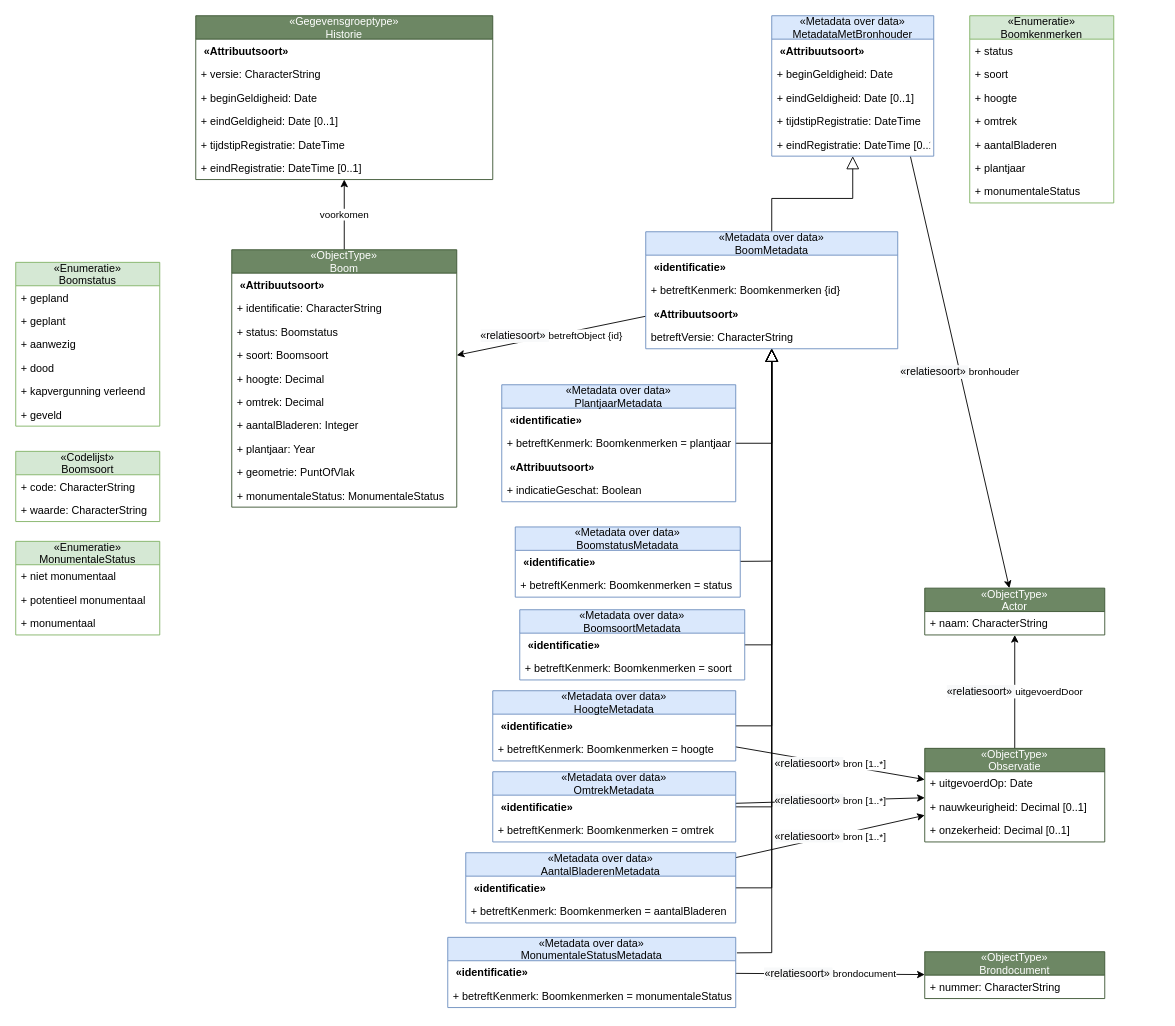
Before: page "uitwerking C" (4 of 8) of casus/imboom/media/imboom.drawio in Geonovum/disgeo-imsor, a draw.io diagram. Source tidied: cells renumbered, new cells numbered last; positions are measured from the earlier drawing's top-left corner, leaving out a move shared by most shapes. Both pictures are drawn from the tidied source at 90%, with x=0, y=0 at pixel (15, 15).
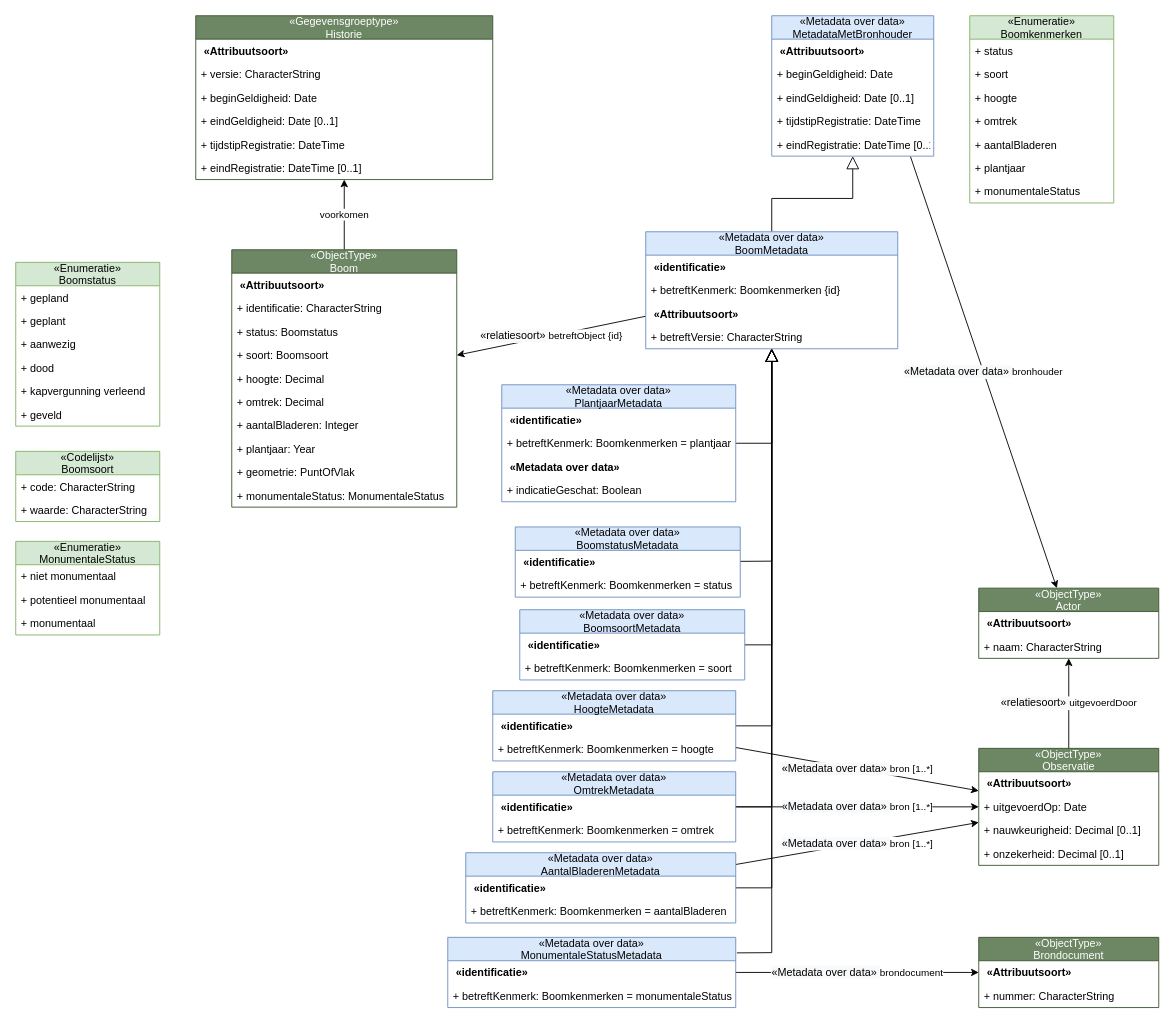
Above is the later version.

Unchanged cells that the change refers to:
```xml
<mxCell id="46" value="«Metadata over data»&#10;HoogteMetadata" style="swimlane;fontStyle=0;horizontal=1;startSize=26;fillColor=#dae8fc;strokeColor=#6c8ebf;" parent="1" vertex="1">
  <mxGeometry x="530" y="750" width="270" height="78" as="geometry" />
</mxCell>
<mxCell id="51" value="«Metadata over data»&#10;MonumentaleStatusMetadata" style="swimlane;fontStyle=0;horizontal=1;startSize=26;fillColor=#dae8fc;strokeColor=#6c8ebf;" parent="1" vertex="1">
  <mxGeometry x="480" y="1024" width="320" height="78" as="geometry" />
</mxCell>
<mxCell id="55" value="«Metadata over data»&#10;PlantjaarMetadata" style="swimlane;fontStyle=0;horizontal=1;startSize=26;fillColor=#dae8fc;strokeColor=#6c8ebf;" parent="1" vertex="1">
  <mxGeometry x="540" y="410" width="260" height="130" as="geometry" />
</mxCell>
<mxCell id="62" value="«Metadata over data»&#10;OmtrekMetadata" style="swimlane;fontStyle=0;horizontal=1;startSize=26;fillColor=#dae8fc;strokeColor=#6c8ebf;" parent="1" vertex="1">
  <mxGeometry x="530" y="840" width="270" height="78" as="geometry" />
</mxCell>
<mxCell id="67" value="«Metadata over data»&#10;AantalBladerenMetadata" style="swimlane;fontStyle=0;horizontal=1;startSize=26;fillColor=#dae8fc;strokeColor=#6c8ebf;" parent="1" vertex="1">
  <mxGeometry x="500" y="930" width="300" height="78" as="geometry" />
</mxCell>
<mxCell id="81" value="«Metadata over data»&#10;BoomMetadata" style="swimlane;fontStyle=0;horizontal=1;startSize=26;fillColor=#dae8fc;strokeColor=#6c8ebf;" parent="1" vertex="1">
  <mxGeometry x="700" y="240" width="280" height="130" as="geometry" />
</mxCell>
<mxCell id="99" value="+ eindRegistratie: DateTime [0..1]" style="text;strokeColor=none;fillColor=none;align=left;verticalAlign=top;spacingLeft=4;spacingRight=4;overflow=hidden;points=[[0,0.5],[1,0.5]];portConstraint=eastwest;" parent="94" vertex="1">
  <mxGeometry y="130" width="180" height="26" as="geometry" />
</mxCell>
```

What changed in the source:
```diff
@@
-    <mxCell id="35" value="&lt;span style=&quot;font-size: 12px ; text-align: left ; background-color: rgb(248 , 249 , 250)&quot;&gt;«relatiesoort»&amp;nbsp;&lt;/span&gt;bronhouder" style="edgeStyle=none;rounded=0;jettySize=auto;html=1;startSize=6;endArrow=classic;endFill=1;endSize=6;exitX=0.856;exitY=1.013;exitDx=0;exitDy=0;exitPerimeter=0;" parent="1" edge="1" source="99" target="75">
+    <mxCell id="35" value="&lt;span style=&quot;font-size: 12px ; text-align: left ; background-color: rgb(248 , 249 , 250)&quot;&gt;«&lt;/span&gt;&lt;span style=&quot;font-size: 12px ; text-align: left ; background-color: rgb(248 , 249 , 250)&quot;&gt;Metadata over data&lt;/span&gt;&lt;span style=&quot;font-size: 12px ; text-align: left ; background-color: rgb(248 , 249 , 250)&quot;&gt;»&amp;nbsp;&lt;/span&gt;bronhouder" style="edgeStyle=none;rounded=0;jettySize=auto;html=1;startSize=6;endArrow=classic;endFill=1;endSize=6;exitX=0.856;exitY=1.013;exitDx=0;exitDy=0;exitPerimeter=0;" parent="1" edge="1" source="99" target="75">
       <mxGeometry relative="1" as="geometry" />
     </mxCell>
@@
-    <mxCell id="45" value="&lt;span style=&quot;font-size: 12px ; text-align: left ; background-color: rgb(248 , 249 , 250)&quot;&gt;«relatiesoort»&amp;nbsp;&lt;/span&gt;bron [1..*]" style="rounded=0;jettySize=auto;html=1;" parent="1" edge="1" source="46" target="71">
+    <mxCell id="45" value="&lt;span style=&quot;font-size: 12px ; text-align: left ; background-color: rgb(248 , 249 , 250)&quot;&gt;«Metadata over data»&amp;nbsp;&lt;/span&gt;bron [1..*]" style="rounded=0;jettySize=auto;html=1;" parent="1" edge="1" source="46" target="71">
       <mxGeometry relative="1" as="geometry" />
     </mxCell>
@@
-    <mxCell id="50" value="&lt;span style=&quot;font-size: 12px ; text-align: left ; background-color: rgb(248 , 249 , 250)&quot;&gt;«relatiesoort»&amp;nbsp;&lt;/span&gt;brondocument" style="edgeStyle=none;rounded=0;jettySize=auto;html=1;startSize=6;endArrow=classic;endFill=1;endSize=6;strokeWidth=1;" parent="1" edge="1" source="51" target="77">
+    <mxCell id="50" value="&lt;span style=&quot;font-size: 12px ; text-align: left ; background-color: rgb(248 , 249 , 250)&quot;&gt;«Metadata over data»&amp;nbsp;&lt;/span&gt;brondocument" style="edgeStyle=none;rounded=0;jettySize=auto;html=1;startSize=6;endArrow=classic;endFill=1;endSize=6;strokeWidth=1;" parent="1" edge="1" source="51" target="77">
       <mxGeometry relative="1" as="geometry" />
     </mxCell>
@@
-    <mxCell id="58" value=" «Attribuutsoort»" style="text;strokeColor=none;fillColor=none;align=left;verticalAlign=top;spacingLeft=4;spacingRight=4;overflow=hidden;fontStyle=1;" parent="55" vertex="1">
+    <mxCell id="58" value=" «Metadata over data»" style="text;strokeColor=none;fillColor=none;align=left;verticalAlign=top;spacingLeft=4;spacingRight=4;overflow=hidden;fontStyle=1;" parent="55" vertex="1">
       <mxGeometry y="78" width="260" height="26" as="geometry" />
     </mxCell>
@@
-    <mxCell id="61" value="&lt;span style=&quot;font-size: 12px ; text-align: left ; background-color: rgb(248 , 249 , 250)&quot;&gt;«relatiesoort»&amp;nbsp;&lt;/span&gt;bron&amp;nbsp;[1..*]" style="rounded=0;jettySize=auto;html=1;" parent="1" edge="1" source="62" target="71">
+    <mxCell id="61" value="&lt;span style=&quot;font-size: 12px ; text-align: left ; background-color: rgb(248 , 249 , 250)&quot;&gt;«&lt;/span&gt;&lt;span style=&quot;font-size: 12px ; text-align: left ; background-color: rgb(248 , 249 , 250)&quot;&gt;Metadata over data&lt;/span&gt;&lt;span style=&quot;font-size: 12px ; text-align: left ; background-color: rgb(248 , 249 , 250)&quot;&gt;»&amp;nbsp;&lt;/span&gt;bron&amp;nbsp;[1..*]" style="rounded=0;jettySize=auto;html=1;" parent="1" edge="1" source="62" target="71">
       <mxGeometry relative="1" as="geometry" />
     </mxCell>
@@
-    <mxCell id="66" value="&lt;span style=&quot;font-size: 12px ; text-align: left ; background-color: rgb(248 , 249 , 250)&quot;&gt;«relatiesoort»&amp;nbsp;&lt;/span&gt;bron&amp;nbsp;[1..*]" style="edgeStyle=none;rounded=0;jettySize=auto;html=1;" parent="1" edge="1" source="67" target="71">
+    <mxCell id="66" value="&lt;span style=&quot;font-size: 12px ; text-align: left ; background-color: rgb(248 , 249 , 250)&quot;&gt;«&lt;/span&gt;&lt;span style=&quot;font-size: 12px ; text-align: left ; background-color: rgb(248 , 249 , 250)&quot;&gt;Metadata over data&lt;/span&gt;&lt;span style=&quot;font-size: 12px ; text-align: left ; background-color: rgb(248 , 249 , 250)&quot;&gt;»&amp;nbsp;&lt;/span&gt;bron&amp;nbsp;[1..*]" style="edgeStyle=none;rounded=0;jettySize=auto;html=1;" parent="1" edge="1" source="67" target="71">
       <mxGeometry relative="1" as="geometry" />
     </mxCell>
@@
     <mxCell id="71" value="«ObjectType»&#10;Observatie" style="swimlane;fontStyle=0;horizontal=1;startSize=26;fillColor=#6d8764;strokeColor=#3A5431;fontColor=#ffffff;" parent="1" vertex="1">
-      <mxGeometry x="1010" y="814" width="200" height="104" as="geometry" />
+      <mxGeometry x="1070" y="814" width="200" height="130" as="geometry" />
     </mxCell>
+    <mxCell id="100" value=" «Attribuutsoort»" style="text;strokeColor=none;fillColor=none;align=left;verticalAlign=top;spacingLeft=4;spacingRight=4;overflow=hidden;fontStyle=1;" parent="71" vertex="1">
+      <mxGeometry y="26" width="200" height="26" as="geometry" />
+    </mxCell>
     <mxCell id="72" value="+ uitgevoerdOp: Date" style="text;strokeColor=none;fillColor=none;align=left;verticalAlign=top;spacingLeft=4;spacingRight=4;overflow=hidden;" parent="71" vertex="1">
-      <mxGeometry y="26" width="200" height="26" as="geometry" />
+      <mxGeometry y="52" width="200" height="26" as="geometry" />
     </mxCell>
     <mxCell id="73" value="+ nauwkeurigheid: Decimal [0..1]" style="text;strokeColor=none;fillColor=none;align=left;verticalAlign=top;spacingLeft=4;spacingRight=4;overflow=hidden;" parent="71" vertex="1">
-      <mxGeometry y="52" width="200" height="26" as="geometry" />
+      <mxGeometry y="78" width="200" height="26" as="geometry" />
     </mxCell>
     <mxCell id="74" value="+ onzekerheid: Decimal [0..1]" style="text;strokeColor=none;fillColor=none;align=left;verticalAlign=top;spacingLeft=4;spacingRight=4;overflow=hidden;" parent="71" vertex="1">
-      <mxGeometry y="78" width="200" height="26" as="geometry" />
+      <mxGeometry y="104" width="200" height="26" as="geometry" />
     </mxCell>
     <mxCell id="75" value="«ObjectType»&#10;Actor" style="swimlane;fontStyle=0;horizontal=1;startSize=26;fillColor=#6d8764;strokeColor=#3A5431;fontColor=#ffffff;" parent="1" vertex="1">
-      <mxGeometry x="1010" y="636" width="200" height="52" as="geometry" />
+      <mxGeometry x="1070" y="636" width="200" height="78" as="geometry" />
     </mxCell>
+    <mxCell id="101" value=" «Attribuutsoort»" style="text;strokeColor=none;fillColor=none;align=left;verticalAlign=top;spacingLeft=4;spacingRight=4;overflow=hidden;fontStyle=1;" parent="75" vertex="1">
+      <mxGeometry y="26" width="200" height="26" as="geometry" />
+    </mxCell>
     <mxCell id="76" value="+ naam: CharacterString" style="text;strokeColor=none;fillColor=none;align=left;verticalAlign=top;spacingLeft=4;spacingRight=4;overflow=hidden;" parent="75" vertex="1">
-      <mxGeometry y="26" width="200" height="26" as="geometry" />
+      <mxGeometry y="52" width="200" height="26" as="geometry" />
     </mxCell>
     <mxCell id="77" value="«ObjectType»&#10;Brondocument" style="swimlane;fontStyle=0;horizontal=1;startSize=26;fillColor=#6d8764;strokeColor=#3A5431;fontColor=#ffffff;" parent="1" vertex="1">
-      <mxGeometry x="1010" y="1040" width="200" height="52" as="geometry" />
+      <mxGeometry x="1070" y="1024" width="200" height="78" as="geometry" />
     </mxCell>
+    <mxCell id="102" value=" «Attribuutsoort»" style="text;strokeColor=none;fillColor=none;align=left;verticalAlign=top;spacingLeft=4;spacingRight=4;overflow=hidden;fontStyle=1;" parent="77" vertex="1">
+      <mxGeometry y="26" width="200" height="26" as="geometry" />
+    </mxCell>
     <mxCell id="78" value="+ nummer: CharacterString" style="text;strokeColor=none;fillColor=none;align=left;verticalAlign=top;spacingLeft=4;spacingRight=4;overflow=hidden;" parent="77" vertex="1">
-      <mxGeometry y="26" width="200" height="26" as="geometry" />
+      <mxGeometry y="52" width="200" height="26" as="geometry" />
     </mxCell>
@@
-    <mxCell id="85" value="betreftVersie: CharacterString" style="text;strokeColor=none;fillColor=none;align=left;verticalAlign=top;spacingLeft=4;spacingRight=4;overflow=hidden;" parent="81" vertex="1">
+    <mxCell id="85" value="+ betreftVersie: CharacterString" style="text;strokeColor=none;fillColor=none;align=left;verticalAlign=top;spacingLeft=4;spacingRight=4;overflow=hidden;" parent="81" vertex="1">
       <mxGeometry y="104" width="280" height="26" as="geometry" />
     </mxCell>
```
